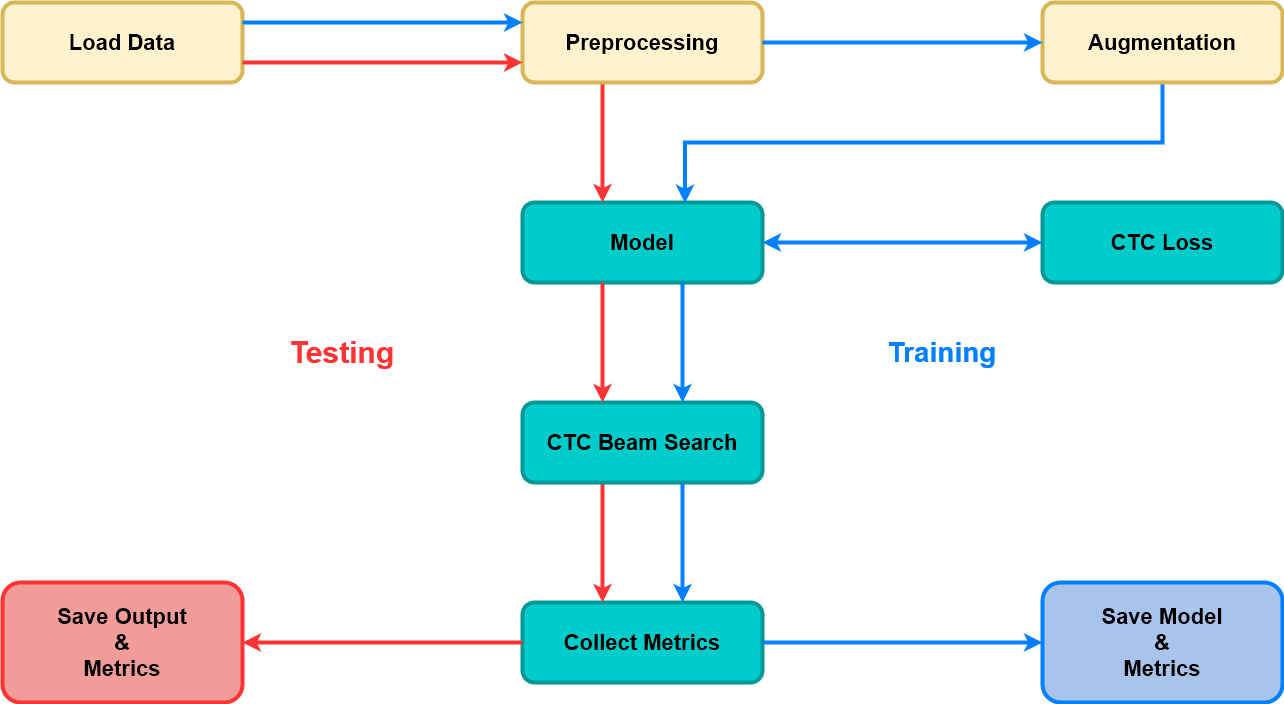
ChryssaNab/Handwriting-Recognition keeps this draw.io diagram as line_recognition/imgs/pipeline.png. Above is the earlier version. Source tidied: cells renumbered, new cells last; positions are measured from the earlier drawing's top-left corner, leaving out a move shared by most shapes.
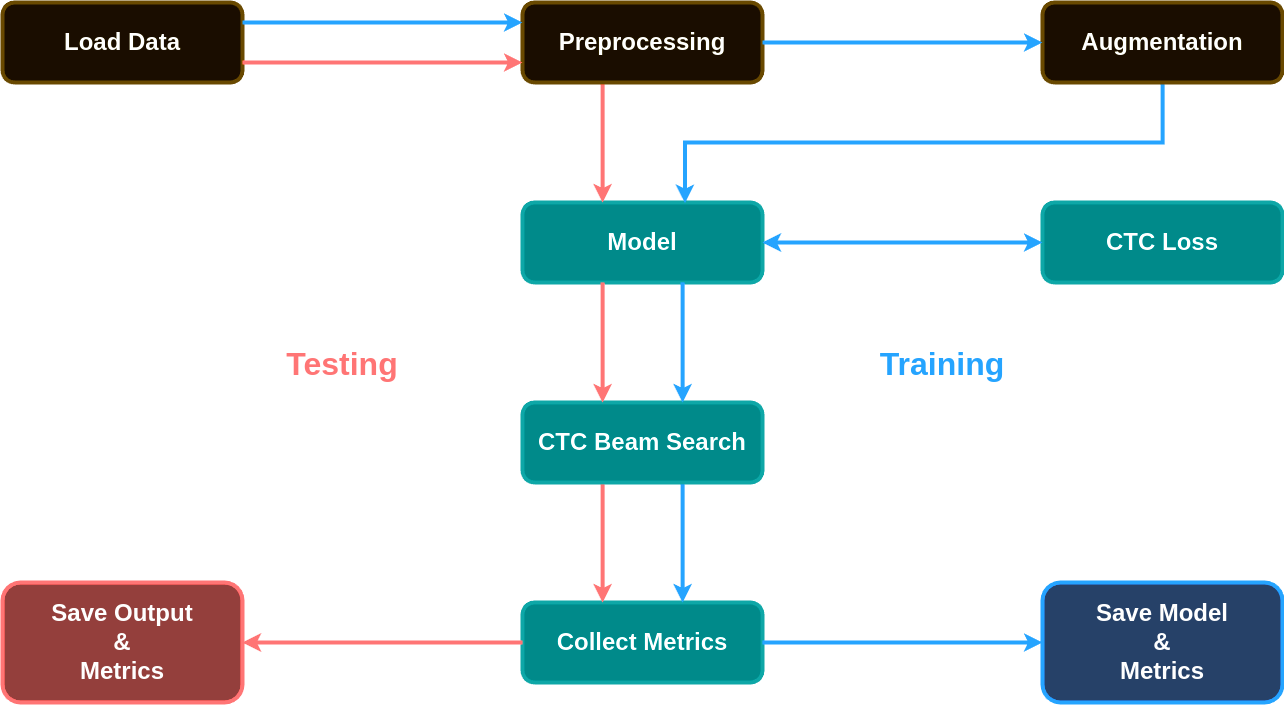
Later version of the same file.

Commit message:
Upload methodology imgs

The edit, as a diff of the source:
```diff
@@ -2,10 +2,10 @@
   <root>
     <mxCell id="0" />
     <mxCell id="1" parent="0" />
-    <mxCell id="2" value="&lt;b style=&quot;font-size: 22px;&quot;&gt;&lt;span style=&quot;background-color: transparent; font-size: 22px;&quot;&gt;Load Data&lt;/span&gt;&lt;/b&gt;" style="rounded=1;whiteSpace=wrap;html=1;fontSize=22;glass=0;strokeWidth=4;shadow=0;fillColor=#fff2cc;strokeColor=#d6b656;spacing=6;spacingBottom=0;spacingTop=0;" parent="1" vertex="1">
+    <mxCell id="2" value="&lt;b style=&quot;&quot;&gt;&lt;span style=&quot;background-color: transparent;&quot;&gt;&lt;font style=&quot;font-size: 24px;&quot;&gt;Load Data&lt;/font&gt;&lt;/span&gt;&lt;/b&gt;" style="rounded=1;whiteSpace=wrap;html=1;fontSize=22;glass=0;strokeWidth=4;shadow=0;fillColor=#fff2cc;strokeColor=#d6b656;spacing=6;spacingBottom=0;spacingTop=0;" parent="1" vertex="1">
       <mxGeometry width="240" height="80" as="geometry" />
     </mxCell>
-    <mxCell id="3" value="&lt;b style=&quot;font-size: 22px;&quot;&gt;Model&lt;/b&gt;" style="rounded=1;whiteSpace=wrap;html=1;fontSize=22;glass=0;strokeWidth=4;shadow=0;fillColor=#00CCCC;strokeColor=#009999;gradientColor=none;spacing=6;spacingBottom=0;spacingTop=0;" parent="1" vertex="1">
+    <mxCell id="3" value="&lt;b style=&quot;&quot;&gt;&lt;font style=&quot;font-size: 24px;&quot;&gt;Model&lt;/font&gt;&lt;/b&gt;" style="rounded=1;whiteSpace=wrap;html=1;fontSize=22;glass=0;strokeWidth=4;shadow=0;fillColor=#00CCCC;strokeColor=#009999;gradientColor=none;spacing=6;spacingBottom=0;spacingTop=0;" parent="1" vertex="1">
       <mxGeometry x="520" y="200" width="240" height="80" as="geometry" />
     </mxCell>
     <mxCell id="4" style="edgeStyle=orthogonalEdgeStyle;rounded=0;jettySize=auto;html=1;labelBackgroundColor=none;startArrow=none;startFill=0;strokeColor=#FF3333;strokeWidth=4;fontSize=22;spacing=6;spacingBottom=0;spacingTop=0;" parent="1" edge="1" source="5" target="3">
@@ -16,7 +16,7 @@
         </Array>
       </mxGeometry>
     </mxCell>
-    <mxCell id="5" value="&lt;div style=&quot;font-size: 22px;&quot;&gt;&lt;b style=&quot;font-size: 22px;&quot;&gt;Preprocessing&lt;/b&gt;&lt;/div&gt;" style="rounded=1;whiteSpace=wrap;html=1;fillColor=#fff2cc;strokeColor=#d6b656;strokeWidth=4;fontSize=22;spacing=6;spacingBottom=0;spacingTop=0;" parent="1" vertex="1">
+    <mxCell id="5" value="&lt;div style=&quot;&quot;&gt;&lt;b style=&quot;&quot;&gt;&lt;font style=&quot;font-size: 24px;&quot;&gt;Preprocessing&lt;/font&gt;&lt;/b&gt;&lt;/div&gt;" style="rounded=1;whiteSpace=wrap;html=1;fillColor=#fff2cc;strokeColor=#d6b656;strokeWidth=4;fontSize=22;spacing=6;spacingBottom=0;spacingTop=0;" parent="1" vertex="1">
       <mxGeometry x="520" width="240" height="80" as="geometry" />
     </mxCell>
     <mxCell id="6" style="edgeStyle=orthogonalEdgeStyle;rounded=0;jettySize=auto;html=1;labelBackgroundColor=none;startArrow=none;startFill=0;strokeColor=#007FFF;entryX=0;entryY=0.25;entryDx=0;entryDy=0;exitX=1;exitY=0.25;exitDx=0;exitDy=0;strokeWidth=4;fontSize=22;spacing=6;spacingBottom=0;spacingTop=0;" parent="1" edge="1" source="2" target="5">
@@ -33,16 +33,16 @@
         </Array>
       </mxGeometry>
     </mxCell>
-    <mxCell id="9" value="&lt;b style=&quot;font-size: 22px;&quot;&gt;Augmentation&lt;/b&gt;" style="rounded=1;whiteSpace=wrap;html=1;shadow=0;strokeWidth=4;spacing=6;spacingTop=0;fillColor=#fff2cc;strokeColor=#d6b656;fontSize=22;spacingBottom=0;" parent="1" vertex="1">
+    <mxCell id="9" value="&lt;b style=&quot;&quot;&gt;&lt;font style=&quot;font-size: 24px;&quot;&gt;Augmentation&lt;/font&gt;&lt;/b&gt;" style="rounded=1;whiteSpace=wrap;html=1;shadow=0;strokeWidth=4;spacing=6;spacingTop=0;fillColor=#fff2cc;strokeColor=#d6b656;fontSize=22;spacingBottom=0;" parent="1" vertex="1">
       <mxGeometry x="1040" width="240" height="80" as="geometry" />
     </mxCell>
     <mxCell id="10" style="edgeStyle=orthogonalEdgeStyle;rounded=0;jettySize=auto;html=1;labelBackgroundColor=none;startArrow=none;startFill=0;strokeColor=#007FFF;entryX=0;entryY=0.5;entryDx=0;entryDy=0;strokeWidth=4;fontSize=22;spacing=6;spacingBottom=0;spacingTop=0;" parent="1" edge="1" source="5" target="9">
       <mxGeometry relative="1" as="geometry" />
     </mxCell>
-    <mxCell id="11" value="&lt;b style=&quot;font-size: 22px;&quot;&gt;Collect Metrics&lt;/b&gt;" style="rounded=1;whiteSpace=wrap;html=1;fillColor=#00CCCC;strokeColor=#009999;gradientColor=none;strokeWidth=4;fontSize=22;spacing=6;spacingBottom=0;spacingTop=0;" parent="1" vertex="1">
+    <mxCell id="11" value="&lt;b style=&quot;&quot;&gt;&lt;font style=&quot;font-size: 24px;&quot;&gt;Collect Metrics&lt;/font&gt;&lt;/b&gt;" style="rounded=1;whiteSpace=wrap;html=1;fillColor=#00CCCC;strokeColor=#009999;gradientColor=none;strokeWidth=4;fontSize=22;spacing=6;spacingBottom=0;spacingTop=0;" parent="1" vertex="1">
       <mxGeometry x="520" y="600" width="240" height="80" as="geometry" />
     </mxCell>
-    <mxCell id="12" value="&lt;div style=&quot;font-size: 22px;&quot;&gt;&lt;b style=&quot;font-size: 22px;&quot;&gt;CTC Loss&lt;/b&gt;&lt;/div&gt;" style="rounded=1;whiteSpace=wrap;html=1;fillColor=#00CCCC;strokeColor=#009999;gradientColor=none;strokeWidth=4;fontSize=22;spacing=6;spacingBottom=0;spacingTop=0;" parent="1" vertex="1">
+    <mxCell id="12" value="&lt;div style=&quot;&quot;&gt;&lt;b style=&quot;&quot;&gt;&lt;font style=&quot;font-size: 24px;&quot;&gt;CTC Loss&lt;/font&gt;&lt;/b&gt;&lt;/div&gt;" style="rounded=1;whiteSpace=wrap;html=1;fillColor=#00CCCC;strokeColor=#009999;gradientColor=none;strokeWidth=4;fontSize=22;spacing=6;spacingBottom=0;spacingTop=0;" parent="1" vertex="1">
       <mxGeometry x="1040" y="200" width="240" height="80" as="geometry" />
     </mxCell>
     <mxCell id="13" style="edgeStyle=orthogonalEdgeStyle;rounded=0;jettySize=auto;html=1;strokeColor=#007FFF;startArrow=classic;startFill=1;entryX=0;entryY=0.5;entryDx=0;entryDy=0;exitX=1;exitY=0.5;exitDx=0;exitDy=0;strokeWidth=4;fontSize=22;spacing=6;spacingBottom=0;spacingTop=0;" parent="1" edge="1" source="3" target="12">
@@ -64,7 +64,7 @@
         </Array>
       </mxGeometry>
     </mxCell>
-    <mxCell id="16" value="&lt;b style=&quot;font-size: 22px;&quot;&gt;&lt;span style=&quot;background-color: transparent; font-size: 22px;&quot;&gt;CTC Beam Search&lt;br style=&quot;font-size: 22px;&quot;&gt;&lt;/span&gt;&lt;/b&gt;" style="rounded=1;whiteSpace=wrap;html=1;labelBackgroundColor=none;fillColor=#00CCCC;strokeColor=#009999;gradientColor=none;strokeWidth=4;fontSize=22;spacing=6;spacingBottom=0;spacingTop=0;" parent="1" vertex="1">
+    <mxCell id="16" value="&lt;b style=&quot;&quot;&gt;&lt;span style=&quot;background-color: transparent;&quot;&gt;&lt;font style=&quot;font-size: 24px;&quot;&gt;CTC Beam Search&lt;/font&gt;&lt;br style=&quot;font-size: 22px;&quot;&gt;&lt;/span&gt;&lt;/b&gt;" style="rounded=1;whiteSpace=wrap;html=1;labelBackgroundColor=none;fillColor=#00CCCC;strokeColor=#009999;gradientColor=none;strokeWidth=4;fontSize=22;spacing=6;spacingBottom=0;spacingTop=0;" parent="1" vertex="1">
       <mxGeometry x="520" y="400" width="240" height="80" as="geometry" />
     </mxCell>
     <mxCell id="17" style="edgeStyle=orthogonalEdgeStyle;rounded=0;jettySize=auto;html=1;labelBackgroundColor=none;startArrow=none;startFill=0;strokeColor=#FF3333;strokeWidth=4;fontSize=22;spacing=6;spacingBottom=0;spacingTop=0;" parent="1" edge="1" source="3" target="16">
@@ -83,23 +83,23 @@
         </Array>
       </mxGeometry>
     </mxCell>
-    <mxCell id="19" value="&lt;b style=&quot;font-size: 22px;&quot;&gt;Save Model&lt;br style=&quot;font-size: 22px;&quot;&gt;&amp;amp;&lt;br style=&quot;font-size: 22px;&quot;&gt;&lt;/b&gt;&lt;div style=&quot;font-size: 22px;&quot;&gt;&lt;b style=&quot;font-size: 22px;&quot;&gt;Metrics&lt;/b&gt;&lt;/div&gt;" style="rounded=1;whiteSpace=wrap;html=1;labelBackgroundColor=none;fillColor=#A9C4EB;strokeColor=#007FFF;gradientColor=none;strokeWidth=4;fontSize=22;spacing=6;spacingBottom=0;spacingTop=0;" parent="1" vertex="1">
+    <mxCell id="19" value="&lt;b style=&quot;font-size: 24px;&quot;&gt;&lt;font style=&quot;font-size: 24px;&quot;&gt;Save Model&lt;br style=&quot;&quot;&gt;&amp;amp;&lt;br style=&quot;&quot;&gt;&lt;/font&gt;&lt;/b&gt;&lt;div style=&quot;font-size: 24px;&quot;&gt;&lt;b style=&quot;&quot;&gt;&lt;font style=&quot;font-size: 24px;&quot;&gt;Metrics&lt;/font&gt;&lt;/b&gt;&lt;/div&gt;" style="rounded=1;whiteSpace=wrap;html=1;labelBackgroundColor=none;fillColor=#A9C4EB;strokeColor=#007FFF;gradientColor=none;strokeWidth=4;fontSize=22;spacing=6;spacingBottom=0;spacingTop=0;" parent="1" vertex="1">
       <mxGeometry x="1040" y="580" width="240" height="120" as="geometry" />
     </mxCell>
     <mxCell id="20" style="edgeStyle=orthogonalEdgeStyle;rounded=0;jettySize=auto;html=1;labelBackgroundColor=none;startArrow=none;startFill=0;strokeColor=#007FFF;entryX=0;entryY=0.5;entryDx=0;entryDy=0;strokeWidth=4;fontSize=22;spacing=6;spacingBottom=0;spacingTop=0;" parent="1" edge="1" source="11" target="19">
       <mxGeometry relative="1" as="geometry" />
     </mxCell>
-    <mxCell id="21" value="&lt;b style=&quot;font-size: 22px;&quot;&gt;Save Output&lt;br style=&quot;font-size: 22px;&quot;&gt;&amp;amp;&lt;br style=&quot;font-size: 22px;&quot;&gt;Metrics&lt;/b&gt;" style="rounded=1;whiteSpace=wrap;html=1;labelBackgroundColor=none;fillColor=#F19C99;strokeColor=#FF3333;gradientColor=none;strokeWidth=4;fontSize=22;spacing=6;spacingBottom=0;spacingTop=0;" parent="1" vertex="1">
+    <mxCell id="21" value="&lt;b style=&quot;font-size: 24px;&quot;&gt;Save Output&lt;br style=&quot;&quot;&gt;&amp;amp;&lt;br style=&quot;&quot;&gt;Metrics&lt;/b&gt;" style="rounded=1;whiteSpace=wrap;html=1;labelBackgroundColor=none;fillColor=#F19C99;strokeColor=#FF3333;gradientColor=none;strokeWidth=4;fontSize=22;spacing=6;spacingBottom=0;spacingTop=0;" parent="1" vertex="1">
       <mxGeometry y="580" width="240" height="120" as="geometry" />
     </mxCell>
     <mxCell id="22" style="edgeStyle=orthogonalEdgeStyle;rounded=0;jettySize=auto;html=1;labelBackgroundColor=none;startArrow=none;startFill=0;strokeColor=#FF3333;entryX=1;entryY=0.5;entryDx=0;entryDy=0;strokeWidth=4;fontSize=22;spacing=6;spacingBottom=0;spacingTop=0;" parent="1" edge="1" source="11" target="21">
       <mxGeometry relative="1" as="geometry" />
     </mxCell>
-    <mxCell id="23" value="&lt;b style=&quot;font-size: 30px;&quot;&gt;&lt;font style=&quot;font-size: 30px;&quot; color=&quot;#FF3333&quot;&gt;Testing&lt;/font&gt;&lt;/b&gt;" style="text;html=1;strokeColor=none;fillColor=none;align=center;verticalAlign=middle;whiteSpace=wrap;rounded=0;labelBackgroundColor=none;fontSize=30;spacing=6;spacingBottom=0;spacingTop=0;strokeWidth=4;" parent="1" vertex="1">
-      <mxGeometry x="280" y="320" width="120" height="60" as="geometry" />
+    <mxCell id="23" value="&lt;b style=&quot;&quot;&gt;&lt;font style=&quot;font-size: 32px;&quot; color=&quot;#FF3333&quot;&gt;Testing&lt;/font&gt;&lt;/b&gt;" style="text;html=1;strokeColor=none;fillColor=none;align=center;verticalAlign=middle;whiteSpace=wrap;rounded=0;labelBackgroundColor=none;fontSize=30;spacing=6;spacingBottom=0;spacingTop=0;strokeWidth=4;" parent="1" vertex="1">
+      <mxGeometry x="280" y="332" width="120" height="60" as="geometry" />
     </mxCell>
-    <mxCell id="24" value="&lt;span style=&quot;font-size: 28px;&quot;&gt;&lt;font style=&quot;font-size: 28px;&quot; color=&quot;#007FFF&quot;&gt;Training&lt;/font&gt;&lt;/span&gt;" style="text;html=1;strokeColor=none;fillColor=none;align=center;verticalAlign=middle;whiteSpace=wrap;rounded=0;labelBackgroundColor=none;fontSize=28;spacing=6;spacingBottom=0;spacingTop=0;strokeWidth=4;fontStyle=1;" parent="1" vertex="1">
-      <mxGeometry x="880" y="320" width="120" height="60" as="geometry" />
+    <mxCell id="24" value="&lt;font style=&quot;font-size: 32px;&quot; color=&quot;#007FFF&quot;&gt;Training&lt;/font&gt;" style="text;html=1;strokeColor=none;fillColor=none;align=center;verticalAlign=middle;whiteSpace=wrap;rounded=0;labelBackgroundColor=none;fontSize=28;spacing=6;spacingBottom=0;spacingTop=0;strokeWidth=4;fontStyle=1;" parent="1" vertex="1">
+      <mxGeometry x="880" y="332" width="120" height="60" as="geometry" />
     </mxCell>
   </root>
 </mxGraphModel>
```
